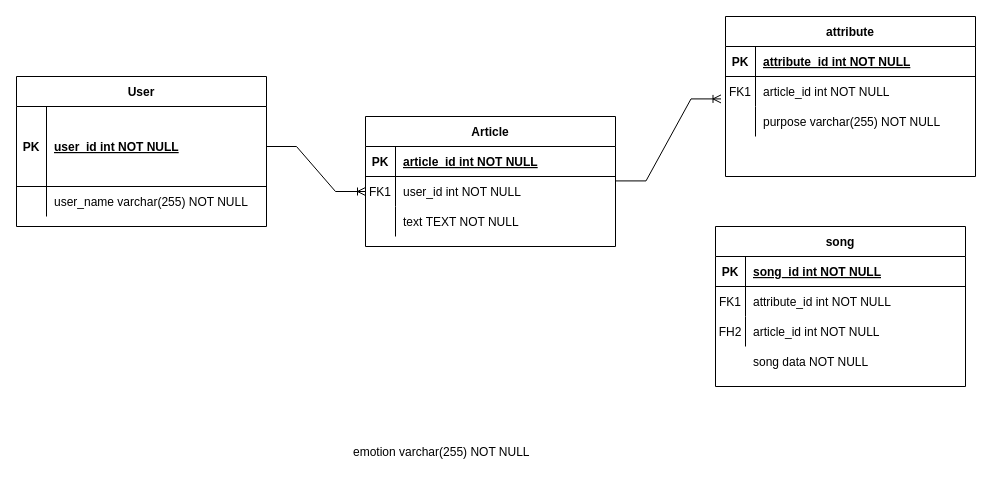
storytellerplatform/storyteller_flowchart keeps this draw.io diagram as ERmodel.drawio. Above is the earlier version. Source tidied: cells renumbered, new cells numbered last; positions are measured from the earlier drawing's top-left corner, leaving out a move shared by most shapes. Both pictures are drawn from the tidied source at 100%, with x=0, y=0 at pixel (16, 16).
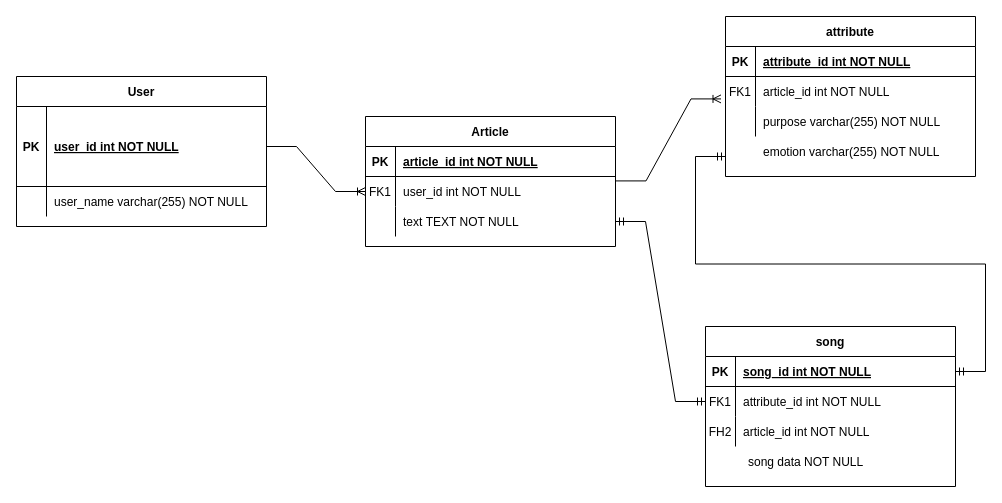
After the change.

Unchanged cells that the change refers to:
```xml
<mxCell id="9" style="shape=partialRectangle;fillColor=none;points=[[0,0.5],[1,0.5]];portConstraint=eastwest;top=0;left=0;right=0;bottom=0;" parent="2" vertex="1">
  <mxGeometry y="90" width="250" height="30" as="geometry" />
</mxCell>
<mxCell id="34" style="shape=partialRectangle;fillColor=none;points=[[0,0.5],[1,0.5]];portConstraint=eastwest;top=0;left=0;right=0;bottom=1;" parent="33" vertex="1">
  <mxGeometry y="30" width="250" height="30" as="geometry" />
</mxCell>
<mxCell id="37" style="shape=partialRectangle;fillColor=none;points=[[0,0.5],[1,0.5]];portConstraint=eastwest;top=0;left=0;right=0;bottom=0;" parent="33" vertex="1">
  <mxGeometry y="60" width="250" height="30" as="geometry" />
</mxCell>
```

What changed in the source:
```diff
@@
     <mxCell id="31" value="emotion varchar(255) NOT NULL" style="shape=partialRectangle;overflow=hidden;fillColor=none;top=0;left=0;bottom=0;right=0;align=left;spacingLeft=6;" parent="1" vertex="1">
-      <mxGeometry x="329" y="420" width="220" height="30" as="geometry" />
+      <mxGeometry x="739" y="120" width="220" height="30" as="geometry" />
     </mxCell>
@@
     <mxCell id="33" value="song" style="shape=table;startSize=30;childLayout=tableLayout;rowLines=0;fontStyle=1;align=center;" parent="1" vertex="1">
-      <mxGeometry x="699" y="210" width="250" height="160" as="geometry" />
+      <mxGeometry x="689" y="310" width="250" height="160" as="geometry" />
     </mxCell>
@@
     <mxCell id="43" value="song data NOT NULL" style="shape=partialRectangle;overflow=hidden;fillColor=none;top=0;left=0;bottom=0;right=0;align=left;spacingLeft=6;" parent="1" vertex="1">
-      <mxGeometry x="729" y="330" width="220" height="30" as="geometry" />
+      <mxGeometry x="724" y="430" width="220" height="30" as="geometry" />
     </mxCell>
+    <mxCell id="44" style="edgeStyle=entityRelationEdgeStyle;fontSize=12;html=1;endArrow=ERmandOne;startArrow=ERmandOne;rounded=0;exitX=1;exitY=0.5;exitDx=0;exitDy=0;" parent="1" edge="1" source="34">
+      <mxGeometry relative="1" as="geometry">
+        <mxPoint x="709" y="140" as="targetPoint" />
+        <Array as="points">
+          <mxPoint x="929" y="350" />
+          <mxPoint x="629" y="320" />
+          <mxPoint x="1019" y="140" />
+        </Array>
+      </mxGeometry>
+    </mxCell>
+    <mxCell id="45" style="edgeStyle=entityRelationEdgeStyle;fontSize=12;html=1;endArrow=ERmandOne;startArrow=ERmandOne;rounded=0;exitX=0;exitY=0.5;exitDx=0;exitDy=0;entryX=1;entryY=0.5;entryDx=0;entryDy=0;" parent="1" edge="1" source="37" target="9">
+      <mxGeometry relative="1" as="geometry">
+        <Array as="points">
+          <mxPoint x="599" y="480" />
+          <mxPoint x="299" y="450" />
+          <mxPoint x="329" y="480" />
+          <mxPoint x="689" y="270" />
+          <mxPoint x="239" y="440" />
+          <mxPoint x="199" y="450" />
+        </Array>
+      </mxGeometry>
+    </mxCell>
```
